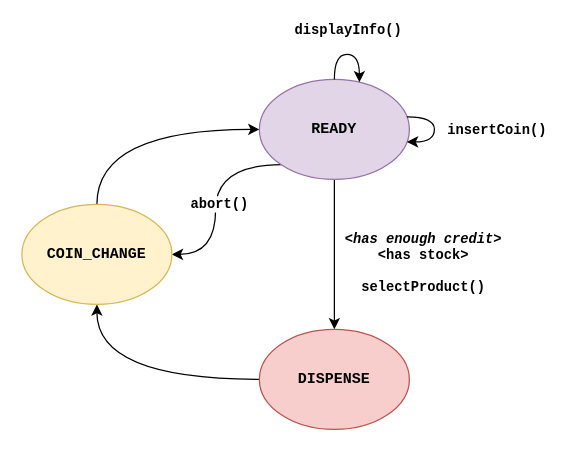
The draw.io diagram VendingMachine.drawio in kfwong/draw.io, before the edit. Source tidied: cells renumbered, new cells numbered last; positions are measured from the earlier drawing's top-left corner, leaving out a move shared by most shapes. Both pictures are drawn from the tidied source at 125%, with x=0, y=0 at pixel (21, 54).
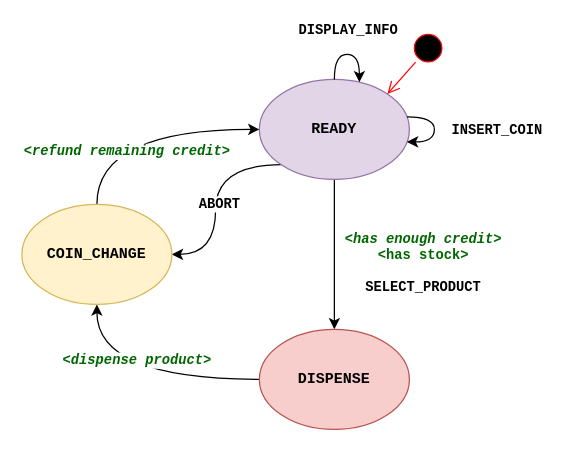
The same diagram, later.

The change refers to these unchanged cells:
```xml
<mxCell id="2" style="edgeStyle=orthogonalEdgeStyle;curved=1;rounded=0;jettySize=auto;html=1;fontFamily=Courier New;" parent="1" edge="1" source="6" target="8">
  <mxGeometry relative="1" as="geometry">
    <Array as="points">
      <mxPoint x="250" y="160" />
      <mxPoint x="250" y="160" />
    </Array>
  </mxGeometry>
</mxCell>
<mxCell id="4" style="edgeStyle=orthogonalEdgeStyle;curved=1;rounded=0;jettySize=auto;html=1;entryX=1;entryY=0.5;entryDx=0;entryDy=0;fontFamily=Courier New;exitX=0;exitY=1;exitDx=0;exitDy=0;" parent="1" edge="1" source="6" target="12">
  <mxGeometry relative="1" as="geometry" />
</mxCell>
<mxCell id="6" value="READY" style="ellipse;whiteSpace=wrap;html=1;fontFamily=Courier New;fontStyle=1;fillColor=#e1d5e7;strokeColor=#9673a6;" parent="1" vertex="1">
  <mxGeometry x="190" y="20" width="120" height="80" as="geometry" />
</mxCell>
<mxCell id="7" style="edgeStyle=orthogonalEdgeStyle;curved=1;rounded=0;jettySize=auto;html=1;fontFamily=Courier New;" parent="1" edge="1" source="8" target="12">
  <mxGeometry relative="1" as="geometry" />
</mxCell>
<mxCell id="9" style="edgeStyle=orthogonalEdgeStyle;rounded=0;orthogonalLoop=1;jettySize=auto;html=1;fontFamily=Courier New;curved=1;elbow=vertical;" parent="1" edge="1" source="6" target="6">
  <mxGeometry relative="1" as="geometry" />
</mxCell>
<mxCell id="11" style="edgeStyle=orthogonalEdgeStyle;curved=1;rounded=0;jettySize=auto;html=1;entryX=0;entryY=0.5;entryDx=0;entryDy=0;fontFamily=Courier New;" parent="1" edge="1" source="12" target="6">
  <mxGeometry relative="1" as="geometry">
    <Array as="points">
      <mxPoint x="60" y="60" />
    </Array>
  </mxGeometry>
</mxCell>
<mxCell id="13" style="edgeStyle=orthogonalEdgeStyle;curved=1;rounded=0;orthogonalLoop=1;jettySize=auto;html=1;exitX=0.5;exitY=0;exitDx=0;exitDy=0;fontFamily=Courier New;" parent="1" edge="1" source="6" target="6">
  <mxGeometry relative="1" as="geometry">
    <Array as="points">
      <mxPoint x="250" />
      <mxPoint x="270" />
    </Array>
  </mxGeometry>
</mxCell>
```

What changed in the source:
```diff
@@
-    <mxCell id="3" value="&lt;div&gt;&lt;br&gt;&lt;div&gt;&lt;b&gt;&amp;lt;&lt;i&gt;has enough credit&lt;/i&gt;&amp;gt;&lt;br&gt;&lt;/b&gt;&lt;/div&gt;&lt;div&gt;&lt;b&gt;&amp;lt;has stock&amp;gt;&lt;/b&gt;&lt;br&gt;&lt;/div&gt;&lt;/div&gt;&lt;div&gt;&lt;b&gt;&lt;br&gt;&lt;/b&gt;&lt;/div&gt;&lt;div&gt;&lt;b&gt;selectProduct()&lt;/b&gt;&lt;/div&gt;" style="edgeLabel;html=1;align=center;verticalAlign=middle;fontFamily=Courier New;" parent="2" vertex="1">
+    <mxCell id="3" value="&lt;div&gt;&lt;font color=&quot;#97D077&quot;&gt;&lt;br&gt;&lt;/font&gt;&lt;div&gt;&lt;font color=&quot;#006600&quot;&gt;&lt;b&gt;&amp;lt;&lt;i&gt;has enough credit&lt;/i&gt;&amp;gt;&lt;br&gt;&lt;/b&gt;&lt;/font&gt;&lt;/div&gt;&lt;div&gt;&lt;font color=&quot;#006600&quot;&gt;&lt;b&gt;&amp;lt;has stock&amp;gt;&lt;/b&gt;&lt;/font&gt;&lt;br&gt;&lt;/div&gt;&lt;/div&gt;&lt;div&gt;&lt;b&gt;&lt;br&gt;&lt;/b&gt;&lt;/div&gt;&lt;div&gt;&lt;b&gt;SELECT_PRODUCT&lt;/b&gt;&lt;/div&gt;" style="edgeLabel;html=1;align=center;verticalAlign=middle;fontFamily=Courier New;" parent="2" vertex="1">
       <mxGeometry x="-0.17" y="-2" relative="1" as="geometry">
         <mxPoint x="72" y="10" as="offset" />
       </mxGeometry>
     </mxCell>
@@
-    <mxCell id="5" value="&lt;b&gt;abort()&lt;/b&gt;" style="edgeLabel;html=1;align=center;verticalAlign=middle;fontFamily=Courier New;" parent="4" vertex="1">
+    <mxCell id="5" value="&lt;b&gt;ABORT&lt;/b&gt;" style="edgeLabel;html=1;align=center;verticalAlign=middle;fontFamily=Courier New;" parent="4" vertex="1">
       <mxGeometry x="-0.16" y="2" relative="1" as="geometry">
         <mxPoint y="17" as="offset" />
       </mxGeometry>
     </mxCell>
@@
+    <mxCell id="15" value="&lt;font color=&quot;#006600&quot;&gt;&amp;lt;dispense product&amp;gt;&lt;/font&gt;" style="edgeLabel;html=1;align=center;verticalAlign=middle;fontFamily=Courier New;fontStyle=3;" parent="7" vertex="1">
+      <mxGeometry x="0.04" y="-16" relative="1" as="geometry" />
+    </mxCell>
@@
-    <mxCell id="10" value="insertCoin()" style="edgeLabel;html=1;align=center;verticalAlign=middle;fontFamily=Courier New;fontStyle=1;" parent="9" vertex="1">
+    <mxCell id="10" value="INSERT_COIN" style="edgeLabel;html=1;align=center;verticalAlign=middle;fontFamily=Courier New;fontStyle=1;" parent="9" vertex="1">
       <mxGeometry x="0.47" y="1" relative="1" as="geometry">
         <mxPoint x="55" y="-11" as="offset" />
       </mxGeometry>
     </mxCell>
@@
+    <mxCell id="16" value="&lt;font color=&quot;#006600&quot;&gt;&amp;lt;refund remaining credit&amp;gt;&lt;/font&gt;" style="edgeLabel;html=1;align=center;verticalAlign=middle;fontStyle=3;fontFamily=Courier New;" parent="11" vertex="1">
+      <mxGeometry x="-0.13" y="-17" relative="1" as="geometry" />
+    </mxCell>
@@
-    <mxCell id="14" value="&lt;b&gt;displayInfo()&lt;/b&gt;" style="edgeLabel;html=1;align=center;verticalAlign=middle;fontFamily=Courier New;" parent="13" vertex="1">
+    <mxCell id="14" value="&lt;b&gt;DISPLAY_INFO&lt;/b&gt;" style="edgeLabel;html=1;align=center;verticalAlign=middle;fontFamily=Courier New;" parent="13" vertex="1">
       <mxGeometry x="0.06" y="1" relative="1" as="geometry">
         <mxPoint x="-3" y="-19" as="offset" />
       </mxGeometry>
     </mxCell>
+    <mxCell id="17" style="ellipse;html=1;shape=startState;fillColor=#000000;strokeColor=#ff0000;fontFamily=Courier New;" parent="1" vertex="1">
+      <mxGeometry x="310" y="-20" width="30" height="30" as="geometry" />
+    </mxCell>
+    <mxCell id="18" style="html=1;verticalAlign=bottom;endArrow=open;endSize=8;strokeColor=#ff0000;fontFamily=Courier New;entryX=1;entryY=0;entryDx=0;entryDy=0;" parent="1" edge="1" source="17" target="6">
+      <mxGeometry relative="1" as="geometry" />
+    </mxCell>
```
